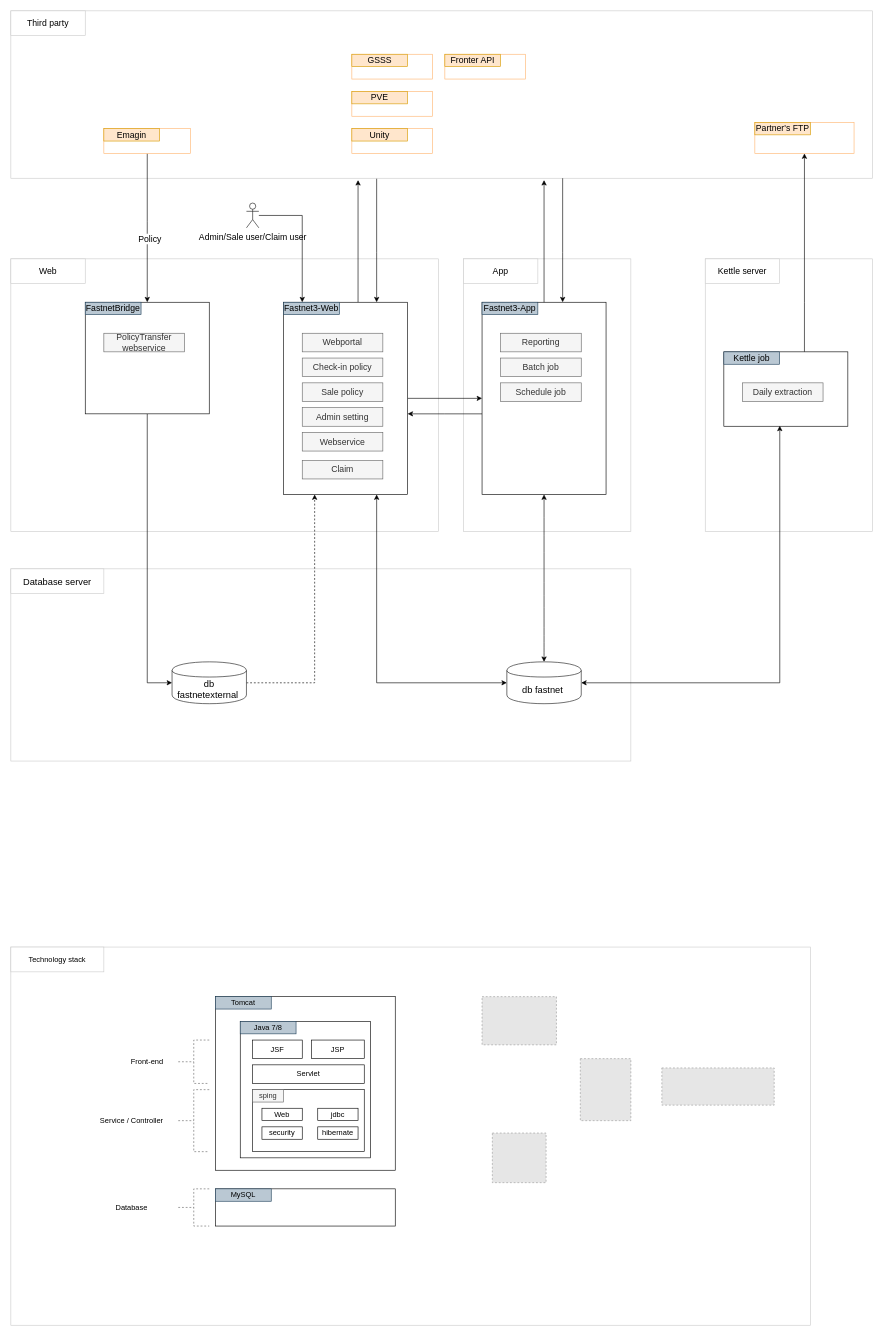
Above: FN3-overview.drawio in phatcharalaw/my-doc (draw.io), before the change. Source tidied: cells renumbered, new cells numbered last; positions are measured from the earlier drawing's top-left corner, leaving out a move shared by most shapes. Both pictures are drawn from the tidied source at 62%, with x=0, y=0 at pixel (11, 11). Pictures stored in the file or linked from it are replaced by grey dashed boxes.
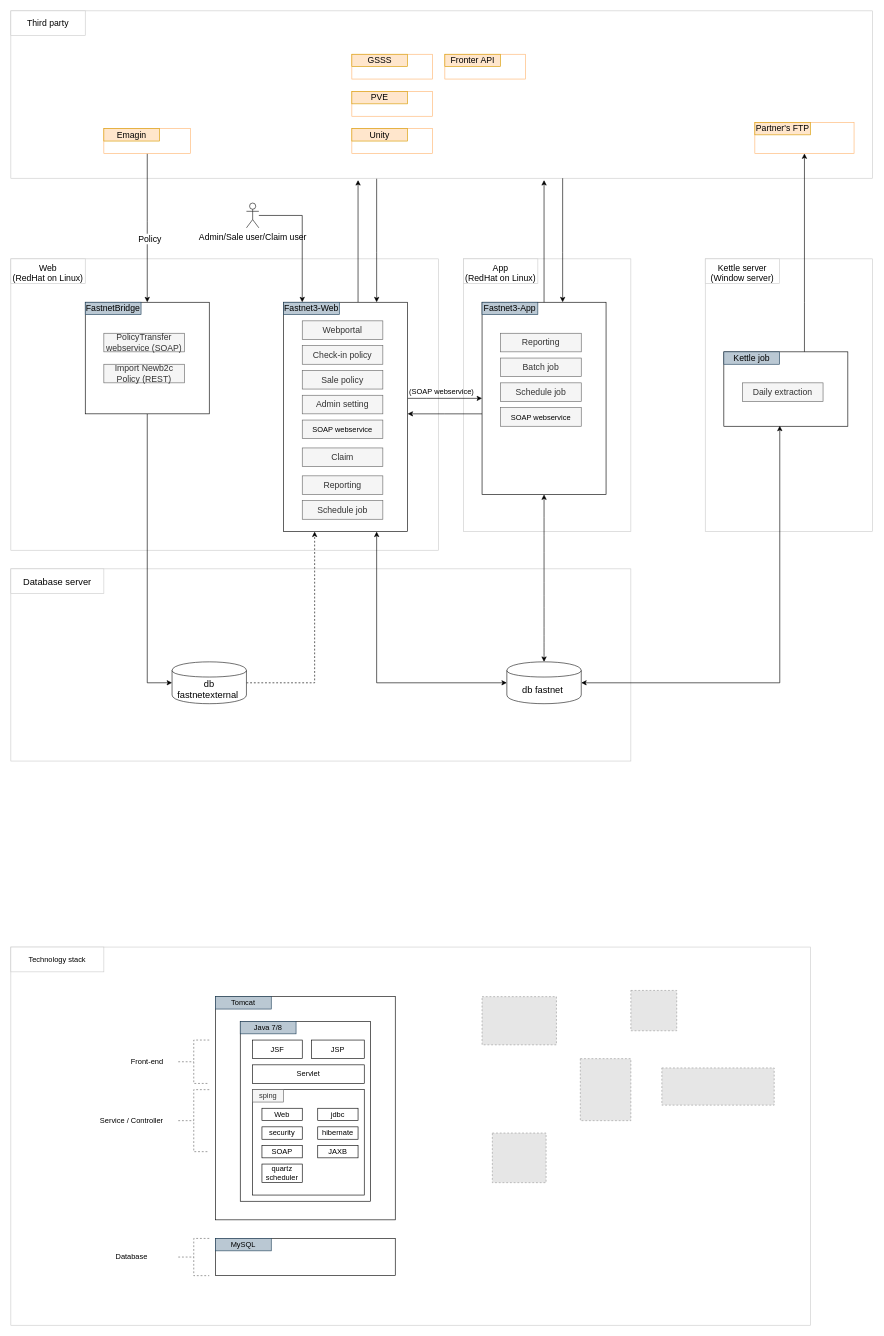
The same page after the edit.

The change refers to these unchanged cells:
```xml
<mxCell id="27" style="rounded=0;whiteSpace=wrap;html=1;fontSize=14;" parent="1" vertex="1">
  <mxGeometry x="760" y="470" width="200" height="310" as="geometry" />
</mxCell>
```

Diff of the diagram source:
```diff
@@
     <mxCell id="3" style="rounded=0;whiteSpace=wrap;html=1;fillColor=none;" parent="1" vertex="1">
-      <mxGeometry x="330" y="1590" width="290" height="280" as="geometry" />
+      <mxGeometry x="330" y="1590" width="290" height="360" as="geometry" />
     </mxCell>
@@
     <mxCell id="5" style="rounded=0;whiteSpace=wrap;html=1;strokeColor=#CCCCCC;fontSize=14;" parent="1" vertex="1">
-      <mxGeometry y="400" width="690" height="440" as="geometry" />
+      <mxGeometry y="400" width="690" height="470" as="geometry" />
     </mxCell>
@@
-    <mxCell id="12" value="Kettle server" style="rounded=0;whiteSpace=wrap;html=1;strokeColor=#CCCCCC;fontSize=14;" parent="1" vertex="1">
+    <mxCell id="12" value="Kettle server&lt;br&gt;(Window server)" style="rounded=0;whiteSpace=wrap;html=1;strokeColor=#CCCCCC;fontSize=14;verticalAlign=top;" parent="1" vertex="1">
       <mxGeometry x="1120" y="400" width="120" height="40" as="geometry" />
     </mxCell>
@@
-    <mxCell id="17" value="PolicyTransfer webservice" style="rounded=0;whiteSpace=wrap;html=1;fillColor=#f5f5f5;strokeColor=#666666;fontColor=#333333;fontSize=14;" parent="1" vertex="1">
+    <mxCell id="17" value="PolicyTransfer webservice (SOAP)" style="rounded=0;whiteSpace=wrap;html=1;fillColor=#f5f5f5;strokeColor=#666666;fontColor=#333333;fontSize=14;" parent="1" vertex="1">
       <mxGeometry x="150" y="520" width="130" height="30" as="geometry" />
     </mxCell>
     <mxCell id="18" style="edgeStyle=orthogonalEdgeStyle;rounded=0;jettySize=auto;html=1;entryX=0;entryY=0.5;entryDx=0;entryDy=0;fontSize=14;" parent="1" edge="1" source="20" target="27">
-      <mxGeometry relative="1" as="geometry" />
+      <mxGeometry relative="1" as="geometry">
+        <Array as="points">
+          <mxPoint x="670" y="625" />
+          <mxPoint x="670" y="625" />
+        </Array>
+      </mxGeometry>
     </mxCell>
@@
     <mxCell id="20" style="rounded=0;whiteSpace=wrap;html=1;fontSize=14;" parent="1" vertex="1">
-      <mxGeometry x="440" y="470" width="200" height="310" as="geometry" />
+      <mxGeometry x="440" y="470" width="200" height="370" as="geometry" />
     </mxCell>
@@
     <mxCell id="22" value="Webportal" style="rounded=0;whiteSpace=wrap;html=1;fillColor=#f5f5f5;strokeColor=#666666;fontColor=#333333;fontSize=14;" parent="1" vertex="1">
-      <mxGeometry x="470" y="520" width="130" height="30" as="geometry" />
+      <mxGeometry x="470" y="500" width="130" height="30" as="geometry" />
     </mxCell>
     <mxCell id="23" value="Check-in policy" style="rounded=0;whiteSpace=wrap;html=1;fillColor=#f5f5f5;strokeColor=#666666;fontColor=#333333;fontSize=14;" parent="1" vertex="1">
-      <mxGeometry x="470" y="560" width="130" height="30" as="geometry" />
+      <mxGeometry x="470" y="540" width="130" height="30" as="geometry" />
     </mxCell>
     <mxCell id="24" value="Sale policy" style="rounded=0;whiteSpace=wrap;html=1;fillColor=#f5f5f5;strokeColor=#666666;fontColor=#333333;fontSize=14;" parent="1" vertex="1">
-      <mxGeometry x="470" y="600" width="130" height="30" as="geometry" />
+      <mxGeometry x="470" y="580" width="130" height="30" as="geometry" />
     </mxCell>
     <mxCell id="25" value="Admin setting" style="rounded=0;whiteSpace=wrap;html=1;fillColor=#f5f5f5;strokeColor=#666666;fontColor=#333333;fontSize=14;" parent="1" vertex="1">
-      <mxGeometry x="470" y="640" width="130" height="30" as="geometry" />
+      <mxGeometry x="470" y="620" width="130" height="30" as="geometry" />
     </mxCell>
@@
-    <mxCell id="32" value="Webservice" style="rounded=0;whiteSpace=wrap;html=1;fillColor=#f5f5f5;strokeColor=#666666;fontColor=#333333;fontSize=14;" parent="1" vertex="1">
-      <mxGeometry x="470" y="680" width="130" height="30" as="geometry" />
+    <mxCell id="32" value="&lt;span style=&quot;color: rgb(0 , 0 , 0) ; font-size: 12px&quot;&gt;SOAP webservice&lt;/span&gt;" style="rounded=0;whiteSpace=wrap;html=1;fillColor=#f5f5f5;strokeColor=#666666;fontColor=#333333;fontSize=14;" parent="1" vertex="1">
+      <mxGeometry x="470" y="660" width="130" height="30" as="geometry" />
     </mxCell>
@@
-    <mxCell id="50" value="Web" style="rounded=0;whiteSpace=wrap;html=1;strokeColor=#CCCCCC;fontSize=14;" parent="1" vertex="1">
+    <mxCell id="50" value="Web&lt;br&gt;(RedHat on Linux)" style="rounded=0;whiteSpace=wrap;html=1;strokeColor=#CCCCCC;fontSize=14;verticalAlign=top;" parent="1" vertex="1">
       <mxGeometry y="400" width="120" height="40" as="geometry" />
     </mxCell>
-    <mxCell id="51" value="App" style="rounded=0;whiteSpace=wrap;html=1;strokeColor=#CCCCCC;fontSize=14;" parent="1" vertex="1">
+    <mxCell id="51" value="App&lt;br&gt;(RedHat on Linux)" style="rounded=0;whiteSpace=wrap;html=1;strokeColor=#CCCCCC;fontSize=14;verticalAlign=top;" parent="1" vertex="1">
       <mxGeometry x="730" y="400" width="120" height="40" as="geometry" />
     </mxCell>
@@
     <mxCell id="66" value="Claim" style="rounded=0;whiteSpace=wrap;html=1;fillColor=#f5f5f5;strokeColor=#666666;fontColor=#333333;fontSize=14;" parent="1" vertex="1">
-      <mxGeometry x="470" y="725" width="130" height="30" as="geometry" />
+      <mxGeometry x="470" y="705" width="130" height="30" as="geometry" />
     </mxCell>
@@
     <mxCell id="68" style="rounded=0;whiteSpace=wrap;html=1;" parent="1" vertex="1">
-      <mxGeometry x="370" y="1630" width="210" height="220" as="geometry" />
+      <mxGeometry x="370" y="1630" width="210" height="290" as="geometry" />
     </mxCell>
@@
     <mxCell id="73" style="rounded=0;whiteSpace=wrap;html=1;" parent="1" vertex="1">
-      <mxGeometry x="390" y="1740" width="180" height="100" as="geometry" />
+      <mxGeometry x="390" y="1740" width="180" height="170" as="geometry" />
     </mxCell>
@@
     <mxCell id="79" style="rounded=0;whiteSpace=wrap;html=1;" parent="1" vertex="1">
-      <mxGeometry x="330" y="1900" width="290" height="60" as="geometry" />
+      <mxGeometry x="330" y="1980" width="290" height="60" as="geometry" />
     </mxCell>
     <mxCell id="80" value="MySQL" style="rounded=0;whiteSpace=wrap;html=1;fillColor=#bac8d3;strokeColor=#23445d;" parent="1" vertex="1">
-      <mxGeometry x="330" y="1900" width="90" height="20" as="geometry" />
+      <mxGeometry x="330" y="1980" width="90" height="20" as="geometry" />
     </mxCell>
@@
     <mxCell id="85" style="strokeWidth=1;html=1;shape=mxgraph.flowchart.annotation_2;align=left;labelPosition=right;dashed=1;fillColor=#f5f5f5;strokeColor=#666666;fontColor=#333333;" parent="1" vertex="1">
-      <mxGeometry x="270" y="1900" width="50" height="60" as="geometry" />
+      <mxGeometry x="270" y="1980" width="50" height="60" as="geometry" />
     </mxCell>
     <mxCell id="86" value="Database" style="text;html=1;strokeColor=none;fillColor=none;align=center;verticalAlign=middle;whiteSpace=wrap;rounded=0;dashed=1;" parent="1" vertex="1">
-      <mxGeometry x="130" y="1920" width="130" height="20" as="geometry" />
+      <mxGeometry x="130" y="2000" width="130" height="20" as="geometry" />
     </mxCell>
@@
+    <mxCell id="94" value="Reporting" style="rounded=0;whiteSpace=wrap;html=1;fillColor=#f5f5f5;strokeColor=#666666;fontColor=#333333;fontSize=14;" parent="1" vertex="1">
+      <mxGeometry x="470" y="750" width="130" height="30" as="geometry" />
+    </mxCell>
+    <mxCell id="95" value="Schedule job" style="rounded=0;whiteSpace=wrap;html=1;fillColor=#f5f5f5;strokeColor=#666666;fontColor=#333333;fontSize=14;" parent="1" vertex="1">
+      <mxGeometry x="470" y="790" width="130" height="30" as="geometry" />
+    </mxCell>
+    <mxCell id="96" value="(SOAP webservice)" style="text;html=1;strokeColor=none;fillColor=none;align=center;verticalAlign=middle;whiteSpace=wrap;rounded=0;" parent="1" vertex="1">
+      <mxGeometry x="630" y="605" width="130" height="20" as="geometry" />
+    </mxCell>
+    <mxCell id="97" value="&lt;span style=&quot;color: rgb(0 , 0 , 0) ; font-size: 12px&quot;&gt;SOAP webservice&lt;/span&gt;" style="rounded=0;whiteSpace=wrap;html=1;fillColor=#f5f5f5;strokeColor=#666666;fontColor=#333333;fontSize=14;" parent="1" vertex="1">
+      <mxGeometry x="790" y="640" width="130" height="30" as="geometry" />
+    </mxCell>
+    <mxCell id="98" value="Import Newb2c Policy (REST)" style="rounded=0;whiteSpace=wrap;html=1;fillColor=#f5f5f5;strokeColor=#666666;fontColor=#333333;fontSize=14;" parent="1" vertex="1">
+      <mxGeometry x="150" y="570" width="130" height="30" as="geometry" />
+    </mxCell>
+    <mxCell id="99" style="fillColor=#E6E6E6;strokeColor=#999999;dashed=1;verticalLabelPosition=bottom;labelBackgroundColor=#ffffff;verticalAlign=top;" parent="1" vertex="1">
+      <mxGeometry x="1000" y="1580" width="74" height="65" as="geometry" />
+    </mxCell>
+    <mxCell id="100" value="SOAP" style="rounded=0;whiteSpace=wrap;html=1;" parent="1" vertex="1">
+      <mxGeometry x="405" y="1830" width="65" height="20" as="geometry" />
+    </mxCell>
+    <mxCell id="101" value="JAXB" style="rounded=0;whiteSpace=wrap;html=1;" parent="1" vertex="1">
+      <mxGeometry x="495" y="1830" width="65" height="20" as="geometry" />
+    </mxCell>
+    <mxCell id="102" value="quartz scheduler" style="rounded=0;whiteSpace=wrap;html=1;" parent="1" vertex="1">
+      <mxGeometry x="405" y="1860" width="65" height="30" as="geometry" />
+    </mxCell>
```
